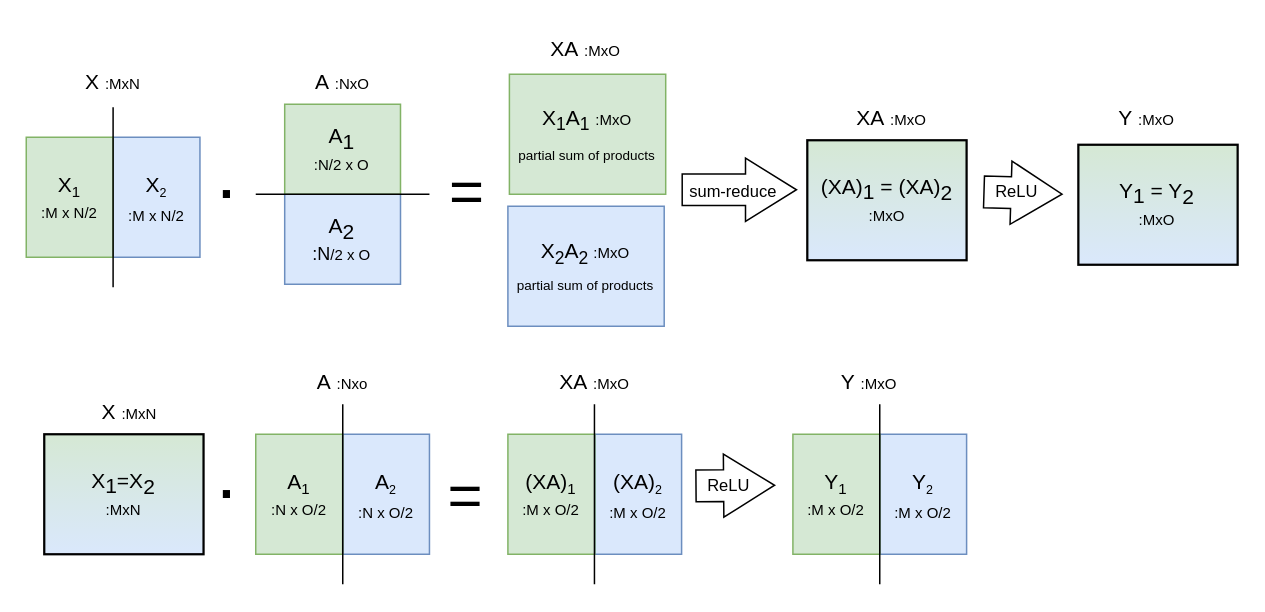
brunomaga/brunomaga.github.io keeps this draw.io diagram as assets/publications/megatron_model_parallel.drawio. Above is the earlier version. Source tidied: cells renumbered, new cells numbered last; positions are measured from the earlier drawing's top-left corner, leaving out a move shared by most shapes. Both pictures are drawn from the tidied source at 150%, with x=0, y=0 at pixel (26, 26).
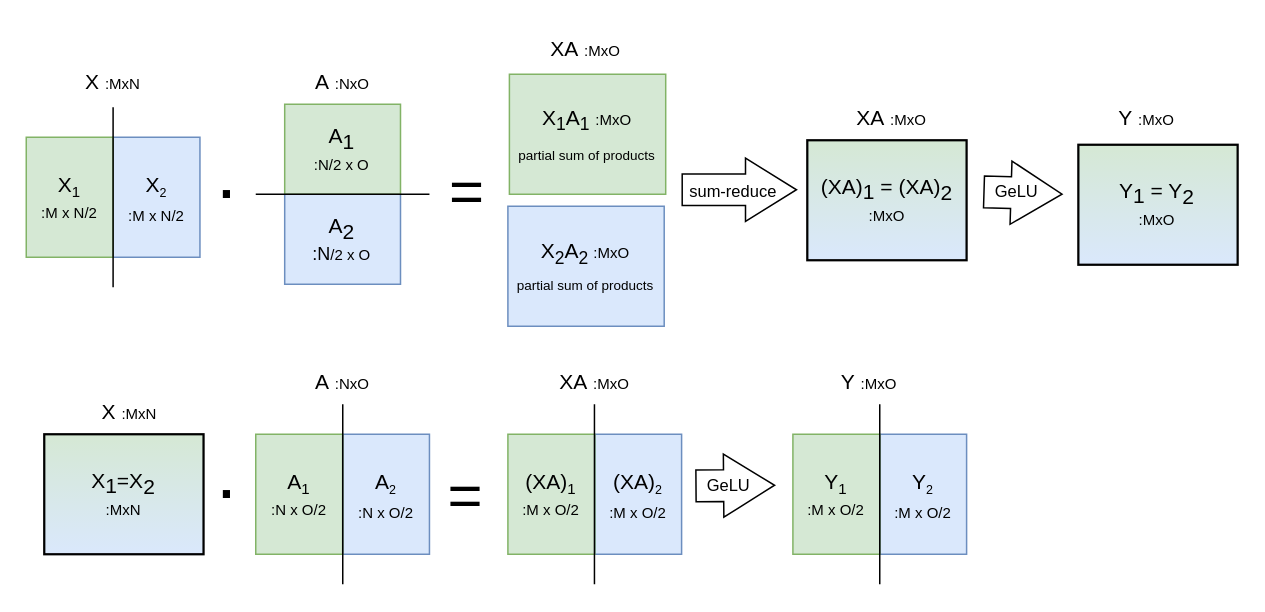
Above is the later version.

Commit message (it also covers changes not shown here):
Fix the GeLU and NxO typos in the Megatron pictures and their source

Claude-Session: https://claude.ai/code/session_01Xf6bJex2do3LmU6gkADKZ3

The change refers to these unchanged cells:
```xml
<mxCell id="15" style="shape=flexArrow;endArrow=classic;html=1;rounded=0;width=21.142857142857142;endSize=11;" parent="1" edge="1">
  <mxGeometry relative="1" as="geometry">
    <mxPoint x="638" y="110.4" as="sourcePoint" />
    <mxPoint x="691" y="112" as="targetPoint" />
  </mxGeometry>
</mxCell>
<mxCell id="32" style="shape=flexArrow;endArrow=classic;html=1;rounded=0;width=21.142857142857142;endSize=11;" parent="1" edge="1">
  <mxGeometry relative="1" as="geometry">
    <mxPoint x="446" y="306.4" as="sourcePoint" />
    <mxPoint x="499.4" y="306" as="targetPoint" />
  </mxGeometry>
</mxCell>
```

What changed in the source:
```diff
@@
-    <mxCell id="16" value="ReLU" style="edgeLabel;html=1;align=center;verticalAlign=middle;" parent="15" vertex="1">
+    <mxCell id="16" value="GeLU" style="edgeLabel;html=1;align=center;verticalAlign=middle;" parent="15" vertex="1">
       <mxGeometry x="-0.27" relative="1" as="geometry">
         <mxPoint x="3" y="-1" as="offset" />
       </mxGeometry>
     </mxCell>
@@
-    <mxCell id="24" value="&lt;font style=&quot;font-size: 14px;&quot;&gt;A&amp;nbsp;&lt;/font&gt;&lt;font style=&quot;font-size: 10px;&quot;&gt;:Nxo&lt;/font&gt;" style="text;html=1;strokeColor=none;fillColor=none;align=center;verticalAlign=middle;whiteSpace=wrap;rounded=0;" parent="1" vertex="1">
+    <mxCell id="24" value="&lt;font style=&quot;font-size: 14px;&quot;&gt;A&amp;nbsp;&lt;/font&gt;&lt;font style=&quot;font-size: 10px;&quot;&gt;:NxO&lt;/font&gt;" style="text;html=1;strokeColor=none;fillColor=none;align=center;verticalAlign=middle;whiteSpace=wrap;rounded=0;" parent="1" vertex="1">
       <mxGeometry x="182" y="222" width="57.9" height="30" as="geometry" />
     </mxCell>
@@
-    <mxCell id="33" value="ReLU" style="edgeLabel;html=1;align=center;verticalAlign=middle;" parent="32" vertex="1">
+    <mxCell id="33" value="GeLU" style="edgeLabel;html=1;align=center;verticalAlign=middle;" parent="32" vertex="1">
       <mxGeometry x="-0.27" relative="1" as="geometry">
         <mxPoint x="3" y="-1" as="offset" />
       </mxGeometry>
     </mxCell>
```
